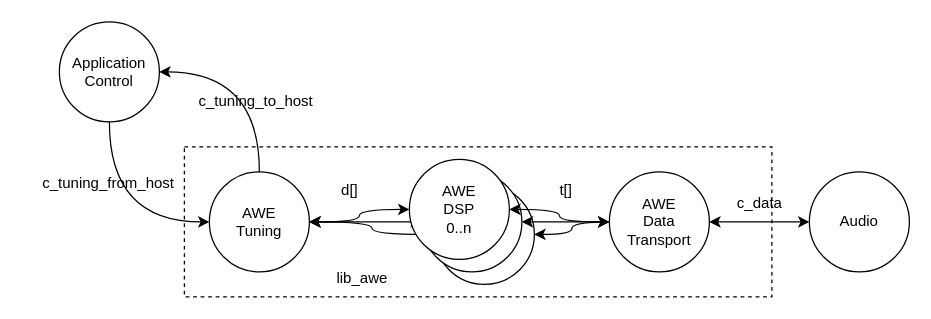
This is doc/user_guide/images/lib_awe.drawio from xmos/lib_awe, a draw.io file, before an edit. Source tidied: cells renumbered, new cells numbered last; positions are measured from the earlier drawing's top-left corner, leaving out a move shared by most shapes. Both pictures are drawn from the tidied source at 125%, with x=0, y=0 at pixel (26, 21).
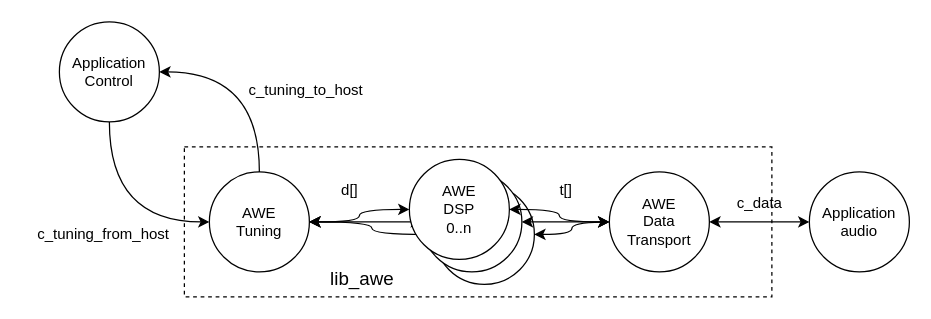
After the change.

Commit message (it also covers changes not shown here):
Add diagrams and fix some small docs issues

What changed in the source:
```diff
@@
-    <mxCell id="12" value="Audio" style="ellipse;whiteSpace=wrap;html=1;" parent="1" vertex="1">
+    <mxCell id="12" value="Application&lt;br&gt;audio" style="ellipse;whiteSpace=wrap;html=1;" parent="1" vertex="1">
       <mxGeometry x="626" y="120" width="80" height="80" as="geometry" />
     </mxCell>
@@
     <mxCell id="16" value="c_tuning_from_host" style="text;html=1;align=center;verticalAlign=middle;strokeColor=none;fillColor=none;" parent="1" vertex="1">
-      <mxGeometry y="114" width="130" height="30" as="geometry" />
+      <mxGeometry x="-4" y="155" width="130" height="30" as="geometry" />
     </mxCell>
     <mxCell id="17" value="c_tuning_to_host" style="text;html=1;align=center;verticalAlign=middle;strokeColor=none;fillColor=none;" parent="1" vertex="1">
-      <mxGeometry x="128" y="49" width="110" height="30" as="geometry" />
+      <mxGeometry x="168" y="40" width="110" height="30" as="geometry" />
     </mxCell>
@@
-    <mxCell id="24" value="lib_awe" style="text;html=1;align=center;verticalAlign=middle;strokeColor=none;fillColor=none;" parent="1" vertex="1">
-      <mxGeometry x="238" y="190" width="60" height="30" as="geometry" />
+    <mxCell id="24" value="lib_awe" style="text;html=1;align=center;verticalAlign=middle;strokeColor=none;fillColor=none;fontSize=15;" parent="1" vertex="1">
+      <mxGeometry x="233" y="190" width="70" height="30" as="geometry" />
     </mxCell>
```
